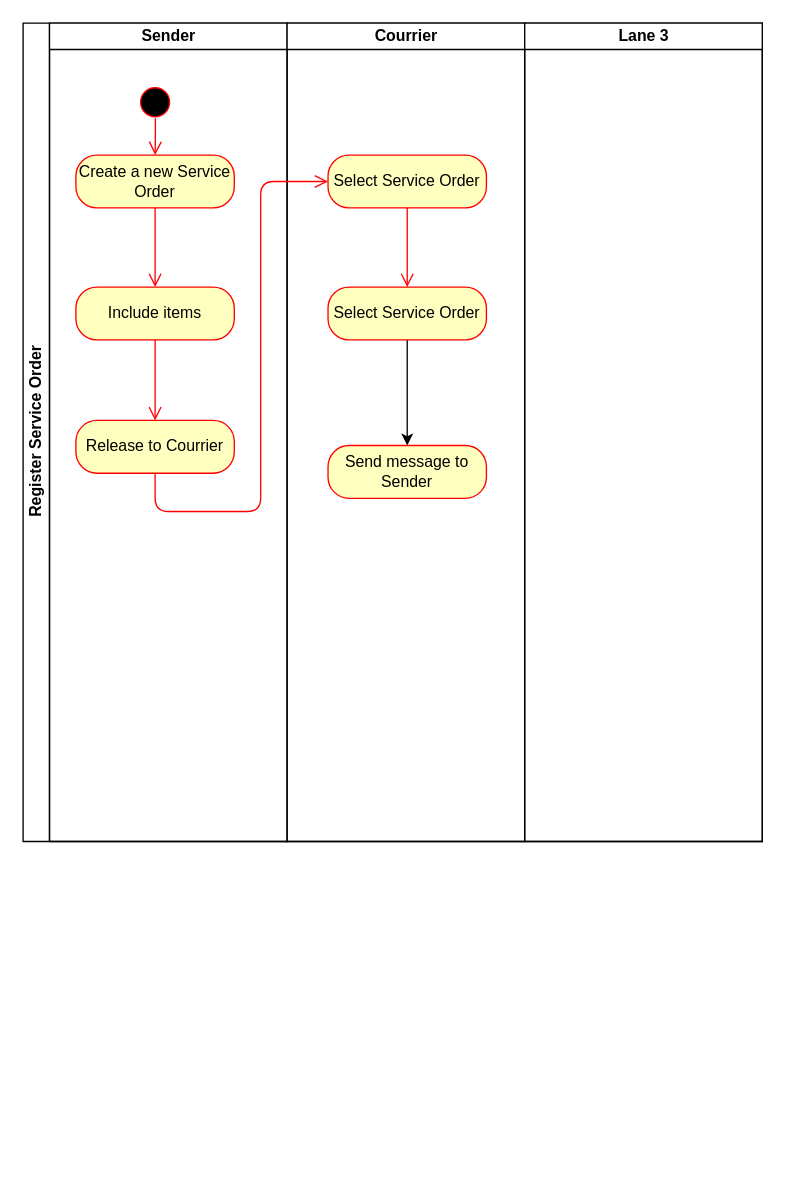
Above: page "Activity" (2 of 4) of docs/HI-parcel-UML.drawio in akctba/hiparcel (draw.io), before the change. Source tidied: cells renumbered, new cells numbered last; positions are measured from the earlier drawing's top-left corner, leaving out a move shared by most shapes. Both pictures are drawn from the tidied source at 132%, with x=0, y=0 at pixel (22, 22).
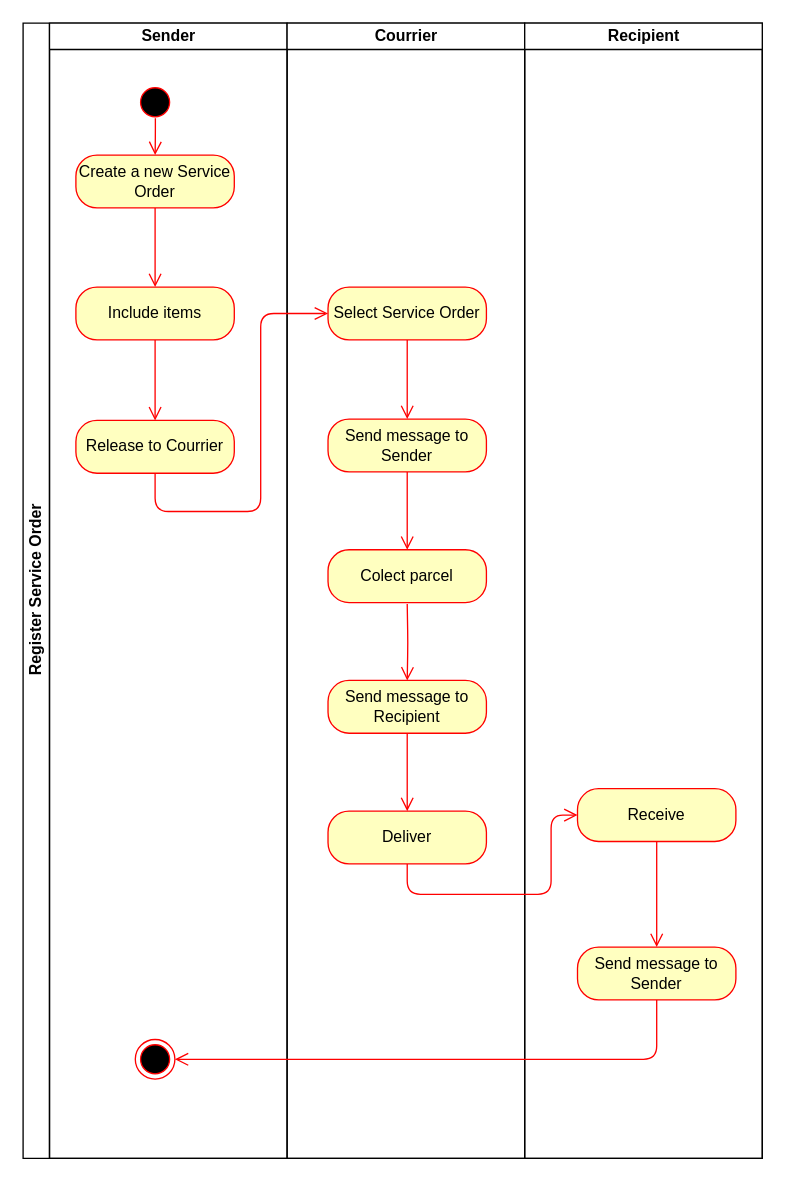
Above is the later version.

Commit message:
Update Activity Diagram

The change refers to these unchanged cells:
```xml
<mxCell id="10" value="Release to Courrier" style="rounded=1;whiteSpace=wrap;html=1;arcSize=40;fontColor=#000000;fillColor=#ffffc0;strokeColor=#ff0000;" parent="3" vertex="1">
  <mxGeometry x="20" y="301" width="120" height="40" as="geometry" />
</mxCell>
```

Change to the diagram source:
```diff
@@
     <mxCell id="2" value="Register Service Order" style="swimlane;html=1;startSize=20;horizontal=0;" parent="1" vertex="1">
-      <mxGeometry width="560" height="620" as="geometry" />
+      <mxGeometry width="560" height="860" as="geometry" />
     </mxCell>
     <mxCell id="3" value="Sender" style="swimlane;html=1;startSize=20;" parent="2" vertex="1">
-      <mxGeometry x="20" width="180" height="620" as="geometry" />
+      <mxGeometry x="20" width="180" height="860" as="geometry" />
     </mxCell>
@@
+    <mxCell id="19" style="ellipse;html=1;shape=endState;fillColor=#000000;strokeColor=#ff0000;" parent="3" vertex="1">
+      <mxGeometry x="65" y="770" width="30" height="30" as="geometry" />
+    </mxCell>
     <mxCell id="11" value="Courrier" style="swimlane;html=1;startSize=20;" parent="2" vertex="1">
-      <mxGeometry x="200" width="180" height="620" as="geometry" />
+      <mxGeometry x="200" width="180" height="860" as="geometry" />
     </mxCell>
     <mxCell id="12" value="Select Service Order" style="rounded=1;whiteSpace=wrap;html=1;arcSize=40;fontColor=#000000;fillColor=#ffffc0;strokeColor=#ff0000;" parent="11" vertex="1">
-      <mxGeometry x="31" y="100" width="120" height="40" as="geometry" />
+      <mxGeometry x="31" y="200" width="120" height="40" as="geometry" />
     </mxCell>
-    <mxCell id="13" style="edgeStyle=orthogonalEdgeStyle;rounded=0;jettySize=auto;html=1;" parent="11" edge="1" source="14" target="15">
-      <mxGeometry relative="1" as="geometry" />
-    </mxCell>
-    <mxCell id="14" value="Select Service Order" style="rounded=1;whiteSpace=wrap;html=1;arcSize=40;fontColor=#000000;fillColor=#ffffc0;strokeColor=#ff0000;" parent="11" vertex="1">
-      <mxGeometry x="31" y="200" width="120" height="40" as="geometry" />
-    </mxCell>
     <mxCell id="15" value="Send message to Sender" style="rounded=1;whiteSpace=wrap;html=1;arcSize=40;fontColor=#000000;fillColor=#ffffc0;strokeColor=#ff0000;" parent="11" vertex="1">
-      <mxGeometry x="31" y="320" width="120" height="40" as="geometry" />
+      <mxGeometry x="31" y="300" width="120" height="40" as="geometry" />
     </mxCell>
+    <mxCell id="20" value="Colect parcel" style="rounded=1;whiteSpace=wrap;html=1;arcSize=40;fontColor=#000000;fillColor=#ffffc0;strokeColor=#ff0000;" parent="11" vertex="1">
+      <mxGeometry x="31" y="399" width="120" height="40" as="geometry" />
+    </mxCell>
+    <mxCell id="21" value="Send message to Recipient" style="rounded=1;whiteSpace=wrap;html=1;arcSize=40;fontColor=#000000;fillColor=#ffffc0;strokeColor=#ff0000;" parent="11" vertex="1">
+      <mxGeometry x="31" y="498" width="120" height="40" as="geometry" />
+    </mxCell>
+    <mxCell id="22" value="Deliver" style="rounded=1;whiteSpace=wrap;html=1;arcSize=40;fontColor=#000000;fillColor=#ffffc0;strokeColor=#ff0000;" parent="11" vertex="1">
+      <mxGeometry x="31" y="597" width="120" height="40" as="geometry" />
+    </mxCell>
-    <mxCell id="16" style="edgeStyle=orthogonalEdgeStyle;html=1;verticalAlign=bottom;endArrow=open;endSize=8;strokeColor=#ff0000;entryX=0.5;entryY=0;entryDx=0;entryDy=0;exitX=0.5;exitY=1;exitDx=0;exitDy=0;" parent="11" edge="1" source="12" target="14">
-      <mxGeometry relative="1" as="geometry" />
+    <mxCell id="16" style="edgeStyle=orthogonalEdgeStyle;html=1;verticalAlign=bottom;endArrow=open;endSize=8;strokeColor=#ff0000;exitX=0.5;exitY=1;exitDx=0;exitDy=0;" parent="11" edge="1" source="12">
+      <mxGeometry relative="1" as="geometry">
+        <mxPoint x="91" y="300" as="targetPoint" />
+      </mxGeometry>
     </mxCell>
+    <mxCell id="23" style="edgeStyle=orthogonalEdgeStyle;html=1;verticalAlign=bottom;endArrow=open;endSize=8;strokeColor=#ff0000;entryX=0.5;entryY=0;entryDx=0;entryDy=0;exitX=0.5;exitY=1;exitDx=0;exitDy=0;" parent="11" edge="1" source="15" target="20">
+      <mxGeometry relative="1" as="geometry" />
+    </mxCell>
+    <mxCell id="24" style="edgeStyle=orthogonalEdgeStyle;html=1;verticalAlign=bottom;endArrow=open;endSize=8;strokeColor=#ff0000;entryX=0.5;entryY=0;entryDx=0;entryDy=0;" parent="11" edge="1" target="21">
+      <mxGeometry relative="1" as="geometry">
+        <mxPoint x="91" y="440" as="sourcePoint" />
+      </mxGeometry>
+    </mxCell>
+    <mxCell id="25" style="edgeStyle=orthogonalEdgeStyle;html=1;verticalAlign=bottom;endArrow=open;endSize=8;strokeColor=#ff0000;entryX=0.5;entryY=0;entryDx=0;entryDy=0;" parent="11" edge="1" source="21" target="22">
+      <mxGeometry relative="1" as="geometry" />
+    </mxCell>
-    <mxCell id="17" value="Lane 3" style="swimlane;html=1;startSize=20;" parent="2" vertex="1">
-      <mxGeometry x="380" width="180" height="620" as="geometry" />
+    <mxCell id="17" value="Recipient" style="swimlane;html=1;startSize=20;" parent="2" vertex="1">
+      <mxGeometry x="380" width="180" height="860" as="geometry" />
     </mxCell>
+    <mxCell id="26" value="Receive" style="rounded=1;whiteSpace=wrap;html=1;arcSize=40;fontColor=#000000;fillColor=#ffffc0;strokeColor=#ff0000;" parent="17" vertex="1">
+      <mxGeometry x="40" y="580" width="120" height="40" as="geometry" />
+    </mxCell>
+    <mxCell id="27" value="Send message to Sender" style="rounded=1;whiteSpace=wrap;html=1;arcSize=40;fontColor=#000000;fillColor=#ffffc0;strokeColor=#ff0000;" parent="17" vertex="1">
+      <mxGeometry x="40" y="700" width="120" height="40" as="geometry" />
+    </mxCell>
+    <mxCell id="28" style="edgeStyle=orthogonalEdgeStyle;html=1;verticalAlign=bottom;endArrow=open;endSize=8;strokeColor=#ff0000;entryX=0.5;entryY=0;entryDx=0;entryDy=0;" parent="17" edge="1" source="26" target="27">
+      <mxGeometry relative="1" as="geometry" />
+    </mxCell>
     <mxCell id="18" style="edgeStyle=orthogonalEdgeStyle;html=1;verticalAlign=bottom;endArrow=open;endSize=8;strokeColor=#ff0000;entryX=0;entryY=0.5;entryDx=0;entryDy=0;" parent="2" edge="1" source="10" target="12">
       <mxGeometry relative="1" as="geometry">
         <Array as="points">
           <mxPoint x="100" y="370" />
           <mxPoint x="180" y="370" />
-          <mxPoint x="180" y="120" />
+          <mxPoint x="180" y="220" />
         </Array>
       </mxGeometry>
     </mxCell>
+    <mxCell id="29" style="edgeStyle=orthogonalEdgeStyle;html=1;verticalAlign=bottom;endArrow=open;endSize=8;strokeColor=#ff0000;entryX=0;entryY=0.5;entryDx=0;entryDy=0;exitX=0.5;exitY=1;exitDx=0;exitDy=0;" parent="2" edge="1" source="22" target="26">
+      <mxGeometry relative="1" as="geometry">
+        <Array as="points">
+          <mxPoint x="291" y="660" />
+          <mxPoint x="400" y="660" />
+          <mxPoint x="400" y="600" />
+        </Array>
+      </mxGeometry>
+    </mxCell>
+    <mxCell id="30" style="edgeStyle=orthogonalEdgeStyle;html=1;verticalAlign=bottom;endArrow=open;endSize=8;strokeColor=#ff0000;entryX=1;entryY=0.5;entryDx=0;entryDy=0;exitX=0.5;exitY=1;exitDx=0;exitDy=0;" parent="2" edge="1" source="27" target="19">
+      <mxGeometry relative="1" as="geometry" />
+    </mxCell>
```
